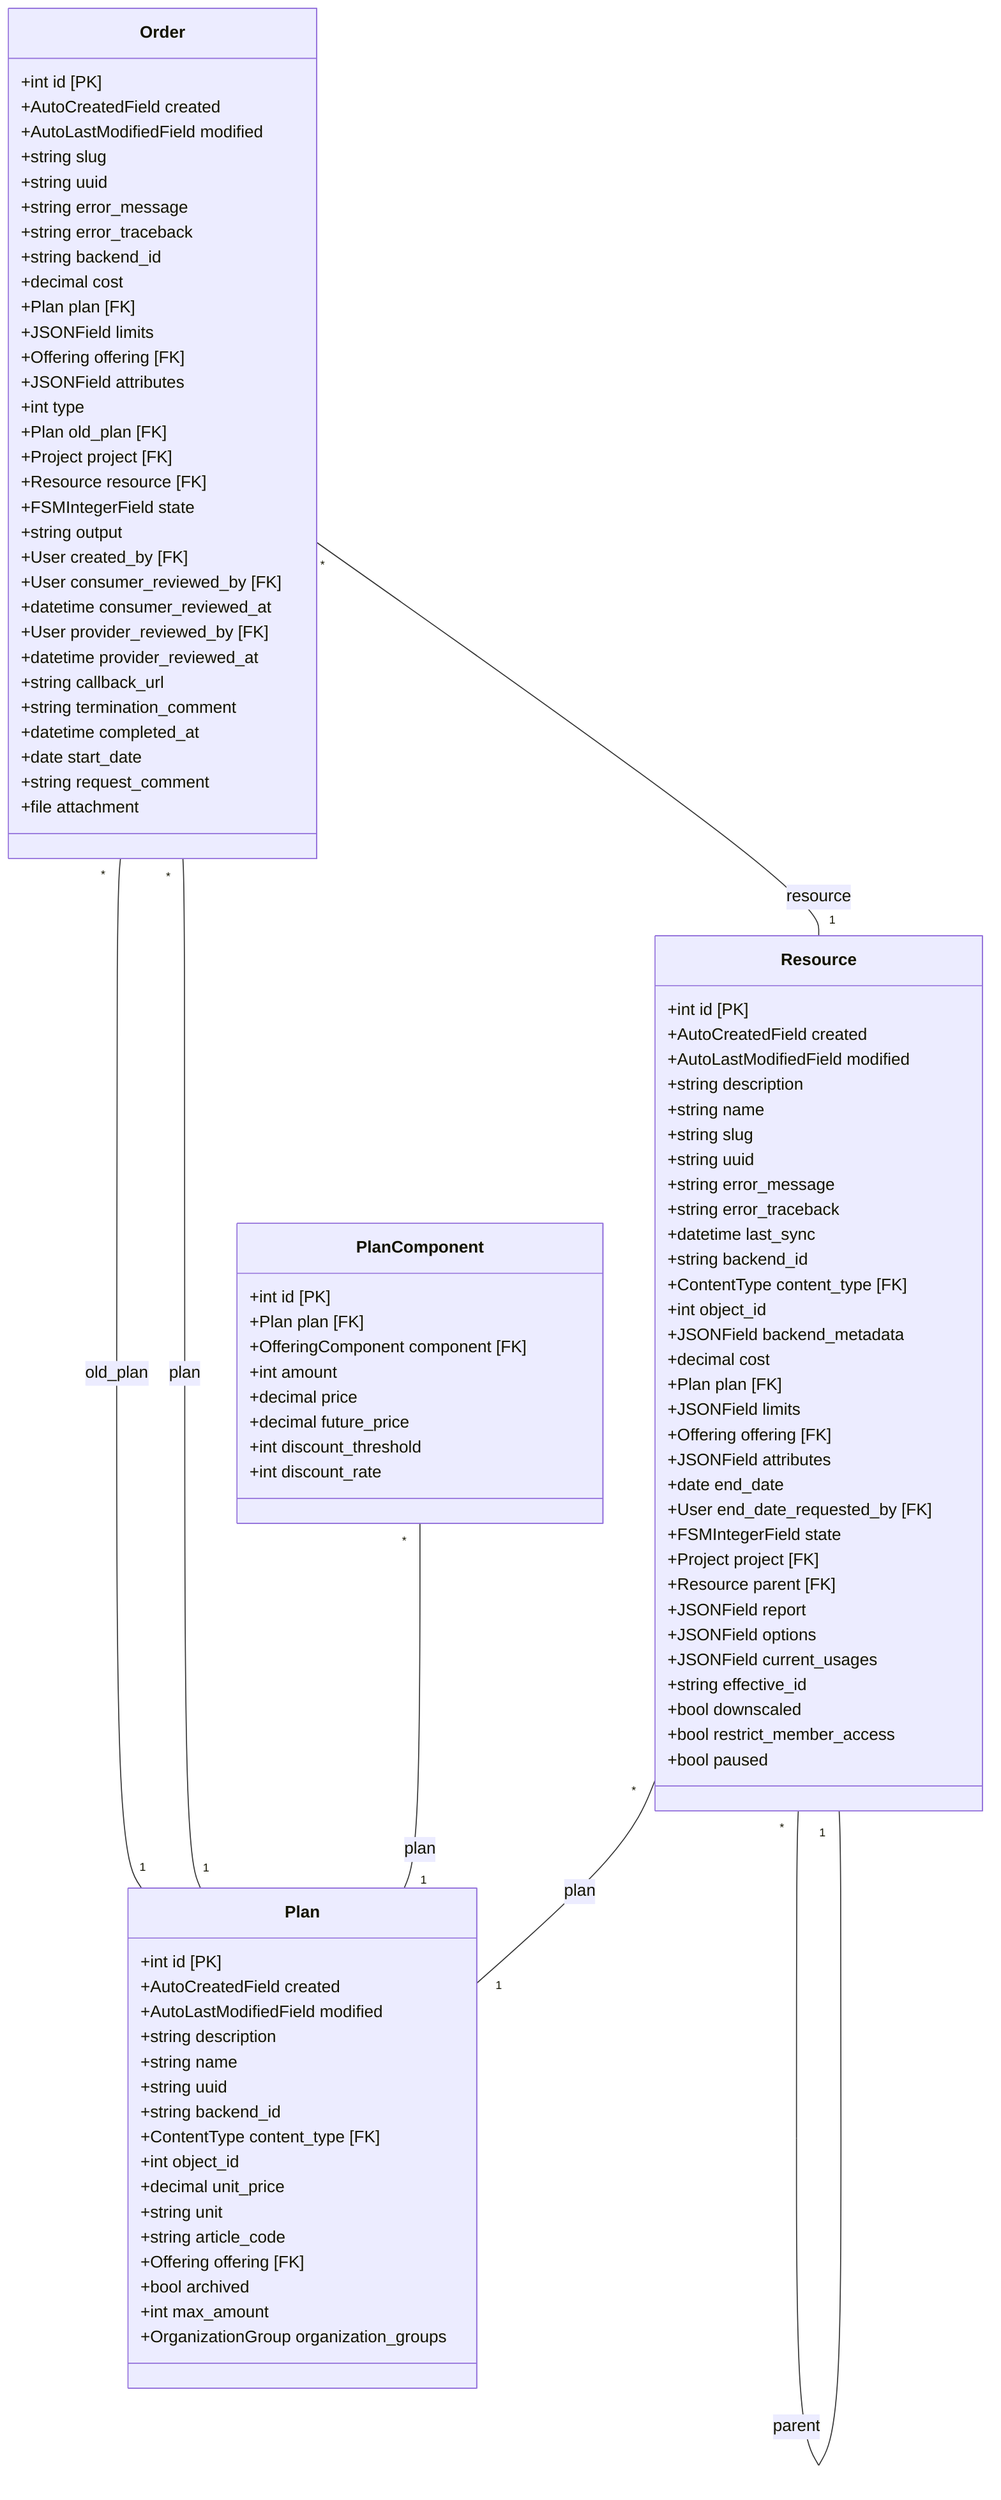
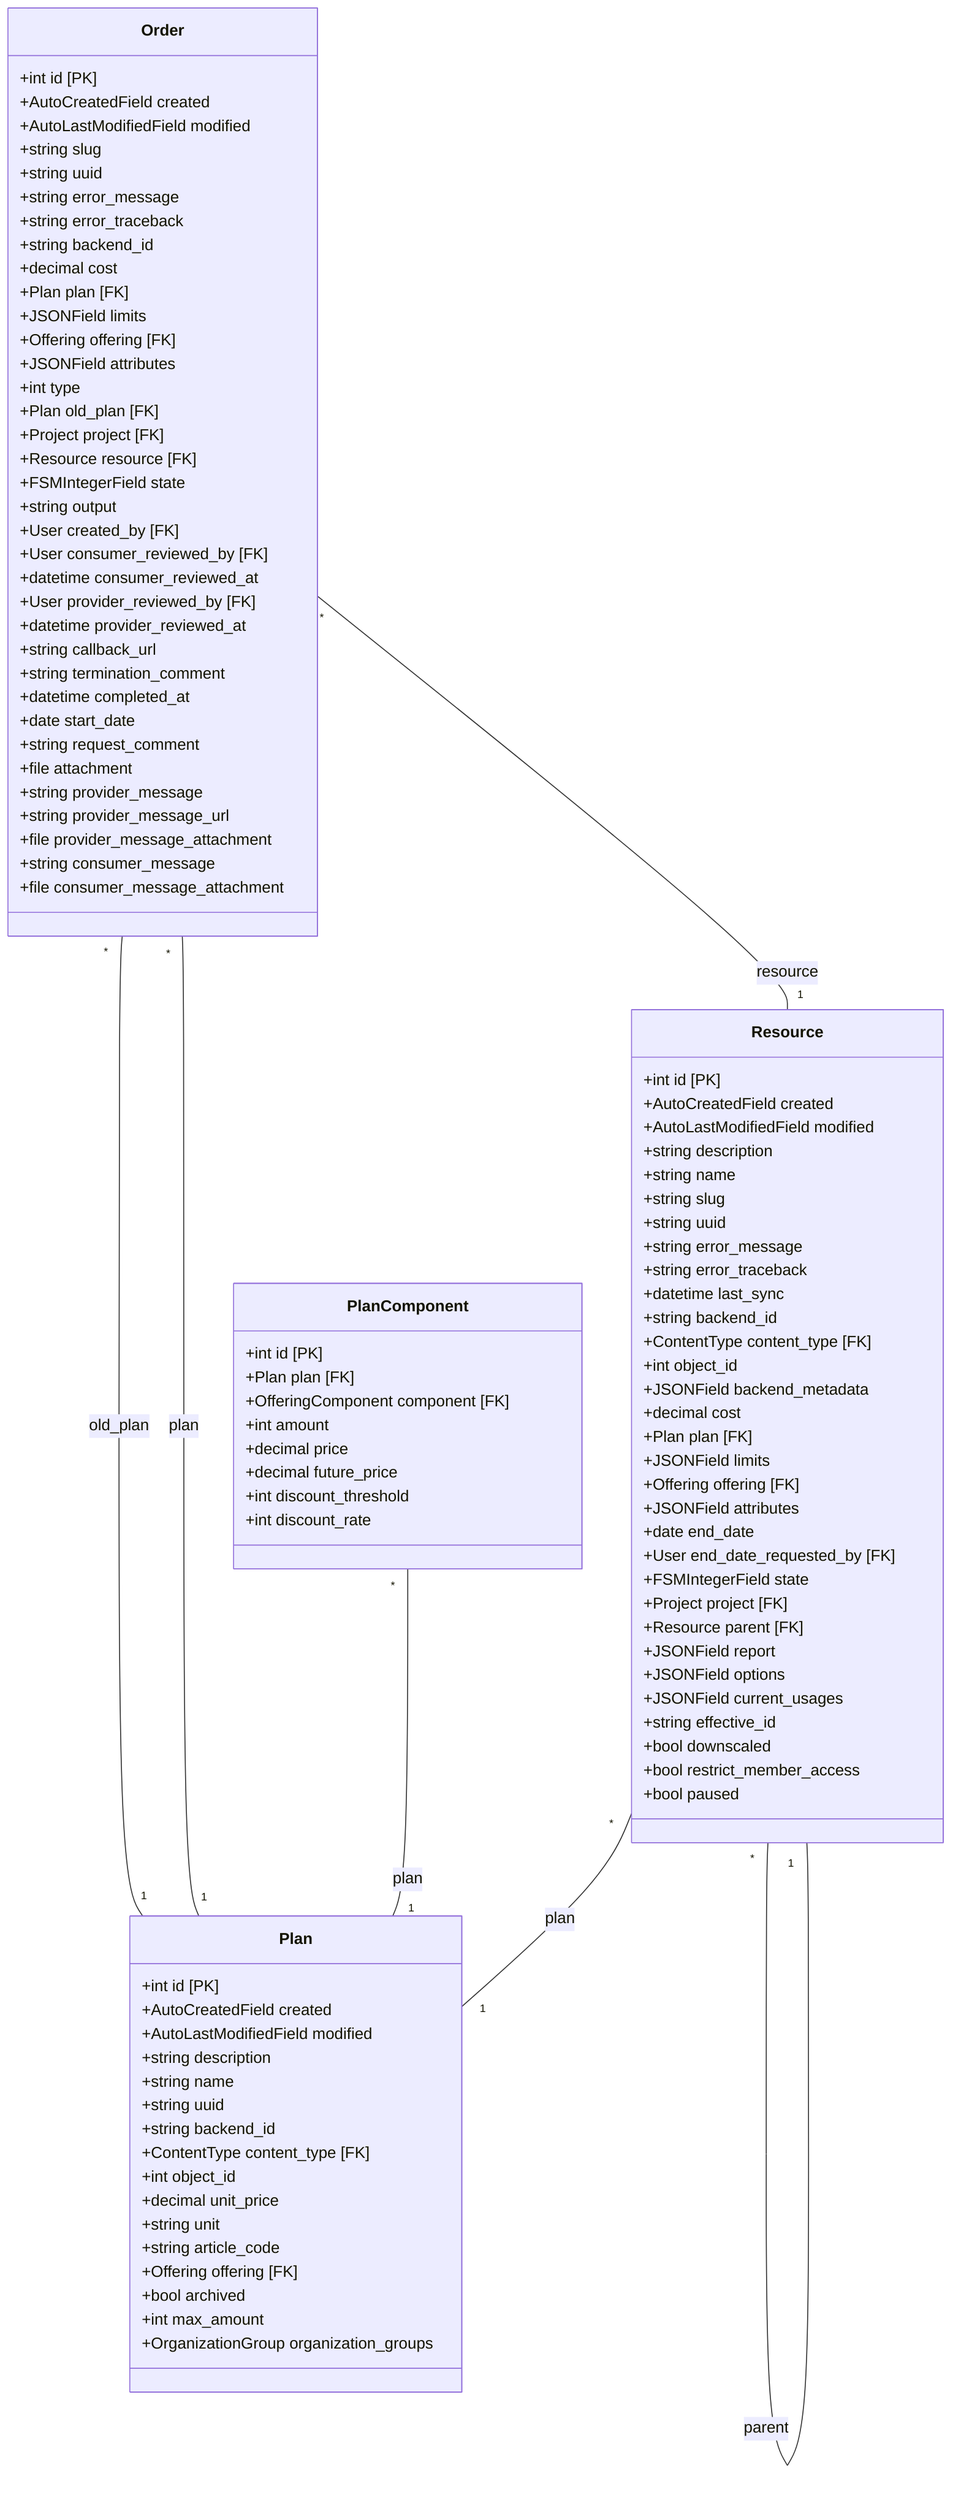
classDiagram
    direction TB
    class Plan {
        +int id [PK]
        +AutoCreatedField created
        +AutoLastModifiedField modified
        +string description
        +string name
        +string uuid
        +string backend_id
        +ContentType content_type [FK]
        +int object_id
        +decimal unit_price
        +string unit
        +string article_code
        +Offering offering [FK]
        +bool archived
        +int max_amount
        +OrganizationGroup organization_groups
    }
    class PlanComponent {
        +int id [PK]
        +Plan plan [FK]
        +OfferingComponent component [FK]
        +int amount
        +decimal price
        +decimal future_price
        +int discount_threshold
        +int discount_rate
    }
    class Resource {
        +int id [PK]
        +AutoCreatedField created
        +AutoLastModifiedField modified
        +string description
        +string name
        +string slug
        +string uuid
        +string error_message
        +string error_traceback
        +datetime last_sync
        +string backend_id
        +ContentType content_type [FK]
        +int object_id
        +JSONField backend_metadata
        +decimal cost
        +Plan plan [FK]
        +JSONField limits
        +Offering offering [FK]
        +JSONField attributes
        +date end_date
        +User end_date_requested_by [FK]
        +FSMIntegerField state
        +Project project [FK]
        +Resource parent [FK]
        +JSONField report
        +JSONField options
        +JSONField current_usages
        +string effective_id
        +bool downscaled
        +bool restrict_member_access
        +bool paused
    }
    class Order {
        +int id [PK]
        +AutoCreatedField created
        +AutoLastModifiedField modified
        +string slug
        +string uuid
        +string error_message
        +string error_traceback
        +string backend_id
        +decimal cost
        +Plan plan [FK]
        +JSONField limits
        +Offering offering [FK]
        +JSONField attributes
        +int type
        +Plan old_plan [FK]
        +Project project [FK]
        +Resource resource [FK]
        +FSMIntegerField state
        +string output
        +User created_by [FK]
        +User consumer_reviewed_by [FK]
        +datetime consumer_reviewed_at
        +User provider_reviewed_by [FK]
        +datetime provider_reviewed_at
        +string callback_url
        +string termination_comment
        +datetime completed_at
        +date start_date
        +string request_comment
        +file attachment
+         +string provider_message
+         +string provider_message_url
+         +file provider_message_attachment
+         +string consumer_message
+         +file consumer_message_attachment
    }
    Order "*" -- "1" Plan : old_plan
    Order "*" -- "1" Plan : plan
    Order "*" -- "1" Resource : resource
    PlanComponent "*" -- "1" Plan : plan
    Resource "*" -- "1" Plan : plan
    Resource "*" -- "1" Resource : parent